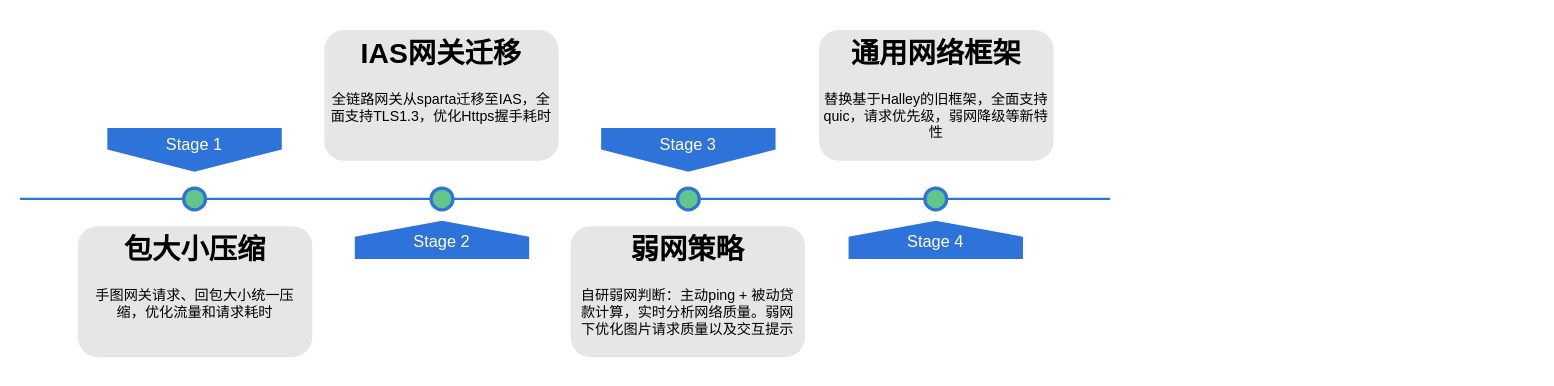
wangziji/graphics keeps this draw.io diagram as 2021汇报.drawio. Above is the earlier version. Source tidied: cells renumbered, new cells numbered last; positions are measured from the earlier drawing's top-left corner, leaving out a move shared by most shapes. Both pictures are drawn from the tidied source at 109%, with x=0, y=0 at pixel (20, 29).
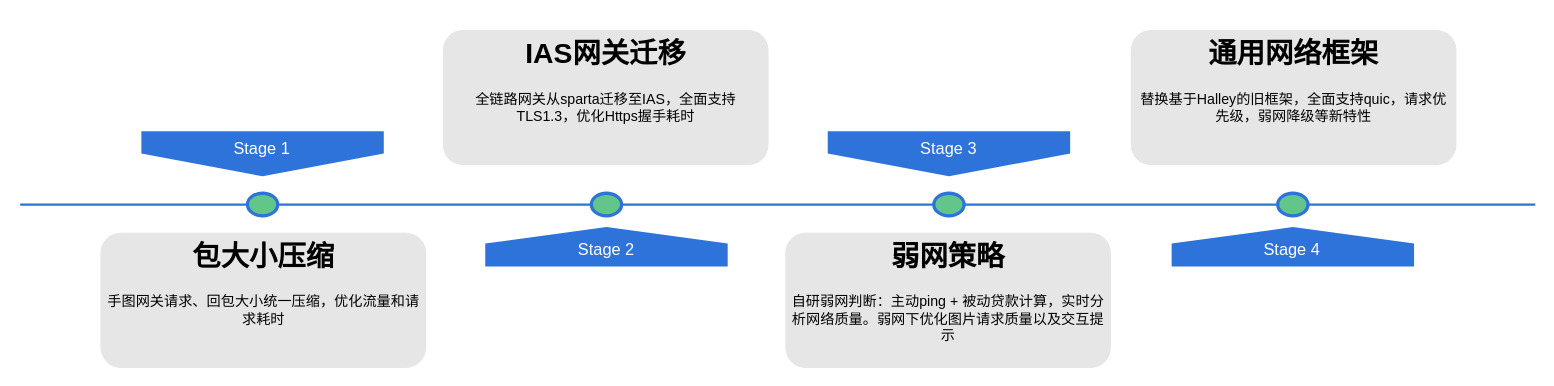
Above is the later version.

Diff of the diagram source:
```diff
@@
 <mxGraphModel>
   <root>
     <mxCell id="0" />
     <mxCell id="1" parent="0" />
+    <mxCell id="15" style="group;" parent="1" vertex="1">
+      <mxGeometry width="1390" height="310" as="geometry" />
+    </mxCell>
-    <mxCell id="2" style="line;strokeWidth=2;html=1;fillColor=none;fontSize=28;fontColor=#004D99;strokeColor=#2D73D9;fontFamily=腾讯体;" parent="1" vertex="1">
-      <mxGeometry y="150" width="1000" height="10" as="geometry" />
+    <mxCell id="2" style="line;strokeWidth=2;html=1;fillColor=none;fontSize=28;fontColor=#004D99;strokeColor=#2D73D9;fontFamily=腾讯体;" parent="15" vertex="1">
+      <mxGeometry y="155" width="1390" height="10.3" as="geometry" />
     </mxCell>
-    <mxCell id="3" value="Stage 1" style="shape=offPageConnector;whiteSpace=wrap;html=1;fillColor=#2D73D9;fontSize=15;fontColor=#FFFFFF;size=0.5093750000000015;verticalAlign=top;strokeColor=none;fontFamily=腾讯体;" parent="1" vertex="1">
-      <mxGeometry x="80" y="90" width="160" height="40" as="geometry" />
+    <mxCell id="3" value="Stage 1" style="shape=offPageConnector;whiteSpace=wrap;html=1;fillColor=#2D73D9;fontSize=15;fontColor=#FFFFFF;size=0.5093750000000015;verticalAlign=top;strokeColor=none;fontFamily=腾讯体;" parent="15" vertex="1">
+      <mxGeometry x="111.2" y="93" width="222.4" height="41.3" as="geometry" />
     </mxCell>
-    <mxCell id="4" value="&lt;span&gt;Stage 3&lt;/span&gt;" style="shape=offPageConnector;whiteSpace=wrap;html=1;fillColor=#2D73D9;fontSize=15;fontColor=#FFFFFF;size=0.5093750000000015;verticalAlign=top;strokeColor=none;fontFamily=腾讯体;" parent="1" vertex="1">
-      <mxGeometry x="533" y="90" width="160" height="40" as="geometry" />
+    <mxCell id="4" value="&lt;span&gt;Stage 3&lt;/span&gt;" style="shape=offPageConnector;whiteSpace=wrap;html=1;fillColor=#2D73D9;fontSize=15;fontColor=#FFFFFF;size=0.5093750000000015;verticalAlign=top;strokeColor=none;fontFamily=腾讯体;" parent="15" vertex="1">
+      <mxGeometry x="740.9" y="93" width="222.4" height="41.3" as="geometry" />
     </mxCell>
-    <mxCell id="5" value="&lt;span&gt;Stage 2&lt;/span&gt;" style="shape=offPageConnector;whiteSpace=wrap;html=1;fillColor=#2D73D9;fontSize=15;fontColor=#FFFFFF;size=0.4178571428571445;flipV=1;verticalAlign=bottom;strokeColor=none;spacingBottom=4;fontFamily=腾讯体;" parent="1" vertex="1">
-      <mxGeometry x="307" y="175" width="160" height="35" as="geometry" />
+    <mxCell id="5" value="&lt;span&gt;Stage 2&lt;/span&gt;" style="shape=offPageConnector;whiteSpace=wrap;html=1;fillColor=#2D73D9;fontSize=15;fontColor=#FFFFFF;size=0.4178571428571445;flipV=1;verticalAlign=bottom;strokeColor=none;spacingBottom=4;fontFamily=腾讯体;" parent="15" vertex="1">
+      <mxGeometry x="426.7" y="180.8" width="222.4" height="36.2" as="geometry" />
     </mxCell>
-    <mxCell id="6" value="&lt;span&gt;Stage 4&lt;/span&gt;" style="shape=offPageConnector;whiteSpace=wrap;html=1;fillColor=#2D73D9;fontSize=15;fontColor=#FFFFFF;size=0.4178571428571445;flipV=1;verticalAlign=bottom;strokeColor=none;spacingBottom=4;fontFamily=腾讯体;" parent="1" vertex="1">
-      <mxGeometry x="760" y="175" width="160" height="35" as="geometry" />
+    <mxCell id="6" value="&lt;span&gt;Stage 4&lt;/span&gt;" style="shape=offPageConnector;whiteSpace=wrap;html=1;fillColor=#2D73D9;fontSize=15;fontColor=#FFFFFF;size=0.4178571428571445;flipV=1;verticalAlign=bottom;strokeColor=none;spacingBottom=4;fontFamily=腾讯体;" parent="15" vertex="1">
+      <mxGeometry x="1056.4" y="180.8" width="222.4" height="36.2" as="geometry" />
     </mxCell>
-    <mxCell id="7" style="ellipse;whiteSpace=wrap;html=1;fillColor=#62C589;fontSize=28;fontColor=#004D99;strokeWidth=3;strokeColor=#2D73D9;fontFamily=腾讯体;" parent="1" vertex="1">
-      <mxGeometry x="150" y="145" width="20" height="20" as="geometry" />
+    <mxCell id="7" style="ellipse;whiteSpace=wrap;html=1;fillColor=#62C589;fontSize=28;fontColor=#004D99;strokeWidth=3;strokeColor=#2D73D9;fontFamily=腾讯体;" parent="15" vertex="1">
+      <mxGeometry x="208.5" y="149.8" width="27.8" height="20.7" as="geometry" />
     </mxCell>
-    <mxCell id="8" style="ellipse;whiteSpace=wrap;html=1;fillColor=#62C589;fontSize=28;fontColor=#004D99;strokeWidth=3;strokeColor=#2D73D9;fontFamily=腾讯体;" parent="1" vertex="1">
-      <mxGeometry x="377" y="145" width="20" height="20" as="geometry" />
+    <mxCell id="8" style="ellipse;whiteSpace=wrap;html=1;fillColor=#62C589;fontSize=28;fontColor=#004D99;strokeWidth=3;strokeColor=#2D73D9;fontFamily=腾讯体;" parent="15" vertex="1">
+      <mxGeometry x="524" y="149.8" width="27.8" height="20.7" as="geometry" />
     </mxCell>
-    <mxCell id="9" style="ellipse;whiteSpace=wrap;html=1;fillColor=#62C589;fontSize=28;fontColor=#004D99;strokeWidth=3;strokeColor=#2D73D9;fontFamily=腾讯体;" parent="1" vertex="1">
-      <mxGeometry x="603" y="145" width="20" height="20" as="geometry" />
+    <mxCell id="9" style="ellipse;whiteSpace=wrap;html=1;fillColor=#62C589;fontSize=28;fontColor=#004D99;strokeWidth=3;strokeColor=#2D73D9;fontFamily=腾讯体;" parent="15" vertex="1">
+      <mxGeometry x="838.2" y="149.8" width="27.8" height="20.7" as="geometry" />
     </mxCell>
-    <mxCell id="10" style="ellipse;whiteSpace=wrap;html=1;fillColor=#62C589;fontSize=28;fontColor=#004D99;strokeWidth=3;strokeColor=#2D73D9;fontFamily=腾讯体;" parent="1" vertex="1">
-      <mxGeometry x="830" y="145" width="20" height="20" as="geometry" />
+    <mxCell id="10" style="ellipse;whiteSpace=wrap;html=1;fillColor=#62C589;fontSize=28;fontColor=#004D99;strokeWidth=3;strokeColor=#2D73D9;fontFamily=腾讯体;" parent="15" vertex="1">
+      <mxGeometry x="1153.7" y="149.8" width="27.8" height="20.7" as="geometry" />
     </mxCell>
-    <mxCell id="11" value="&lt;h1&gt;包大小压缩&lt;/h1&gt;&lt;p&gt;手图网关请求、回包大小统一压缩，优化流量和请求耗时&lt;/p&gt;" style="text;html=1;spacing=5;spacingTop=-20;whiteSpace=wrap;overflow=hidden;strokeColor=none;strokeWidth=3;fillColor=#E6E6E6;fontSize=13;fontColor=#000000;align=center;rounded=1;fontFamily=腾讯体;" parent="1" vertex="1">
-      <mxGeometry x="53" y="180" width="215" height="120" as="geometry" />
+    <mxCell id="11" value="&lt;h1&gt;包大小压缩&lt;/h1&gt;&lt;p&gt;手图网关请求、回包大小统一压缩，优化流量和请求耗时&lt;/p&gt;" style="text;html=1;spacing=5;spacingTop=-20;whiteSpace=wrap;overflow=hidden;strokeColor=none;strokeWidth=3;fillColor=#E6E6E6;fontSize=13;fontColor=#000000;align=center;rounded=1;fontFamily=腾讯体;" parent="15" vertex="1">
+      <mxGeometry x="73.7" y="186" width="298.8" height="124" as="geometry" />
     </mxCell>
-    <mxCell id="12" value="&lt;h1&gt;IAS网关迁移&lt;/h1&gt;&lt;p&gt;全链路网关从sparta迁移至IAS，全面支持TLS1.3，优化Https握手耗时&lt;/p&gt;" style="text;html=1;spacing=5;spacingTop=-20;whiteSpace=wrap;overflow=hidden;strokeColor=none;strokeWidth=3;fillColor=#E6E6E6;fontSize=13;fontColor=#000000;align=center;rounded=1;fontFamily=腾讯体;" parent="1" vertex="1">
-      <mxGeometry x="279" width="215" height="120" as="geometry" />
+    <mxCell id="12" value="&lt;h1&gt;IAS网关迁移&lt;/h1&gt;&lt;p&gt;全链路网关从sparta迁移至IAS，全面支持TLS1.3，优化Https握手耗时&lt;/p&gt;" style="text;html=1;spacing=5;spacingTop=-20;whiteSpace=wrap;overflow=hidden;strokeColor=none;strokeWidth=3;fillColor=#E6E6E6;fontSize=13;fontColor=#000000;align=center;rounded=1;fontFamily=腾讯体;" parent="15" vertex="1">
+      <mxGeometry x="387.8" width="298.8" height="124" as="geometry" />
     </mxCell>
-    <mxCell id="13" value="&lt;h1&gt;弱网策略&lt;/h1&gt;&lt;p&gt;自研弱网判断：主动ping + 被动贷款计算，实时分析网络质量。弱网下优化图片请求质量以及交互提示&lt;/p&gt;" style="text;html=1;spacing=5;spacingTop=-20;whiteSpace=wrap;overflow=hidden;strokeColor=none;strokeWidth=3;fillColor=#E6E6E6;fontSize=13;fontColor=#000000;align=center;rounded=1;fontFamily=腾讯体;" parent="1" vertex="1">
-      <mxGeometry x="505" y="180" width="215" height="120" as="geometry" />
+    <mxCell id="13" value="&lt;h1&gt;弱网策略&lt;/h1&gt;&lt;p&gt;自研弱网判断：主动ping + 被动贷款计算，实时分析网络质量。弱网下优化图片请求质量以及交互提示&lt;/p&gt;" style="text;html=1;spacing=5;spacingTop=-20;whiteSpace=wrap;overflow=hidden;strokeColor=none;strokeWidth=3;fillColor=#E6E6E6;fontSize=13;fontColor=#000000;align=center;rounded=1;fontFamily=腾讯体;" parent="15" vertex="1">
+      <mxGeometry x="701.9" y="186" width="298.8" height="124" as="geometry" />
     </mxCell>
-    <mxCell id="14" value="&lt;h1&gt;通用网络框架&lt;/h1&gt;&lt;p&gt;替换基于Halley的旧框架，全面支持quic，请求优先级，弱网降级等新特性&lt;/p&gt;" style="text;html=1;spacing=5;spacingTop=-20;whiteSpace=wrap;overflow=hidden;strokeColor=none;strokeWidth=3;fillColor=#E6E6E6;fontSize=13;fontColor=#000000;align=center;rounded=1;fontFamily=腾讯体;" parent="1" vertex="1">
-      <mxGeometry x="733" width="215" height="120" as="geometry" />
+    <mxCell id="14" value="&lt;h1&gt;通用网络框架&lt;/h1&gt;&lt;p&gt;替换基于Halley的旧框架，全面支持quic，请求优先级，弱网降级等新特性&lt;/p&gt;" style="text;html=1;spacing=5;spacingTop=-20;whiteSpace=wrap;overflow=hidden;strokeColor=none;strokeWidth=3;fillColor=#E6E6E6;fontSize=13;fontColor=#000000;align=center;rounded=1;fontFamily=腾讯体;" parent="15" vertex="1">
+      <mxGeometry x="1018.9" width="298.8" height="124" as="geometry" />
     </mxCell>
   </root>
 </mxGraphModel>
```
